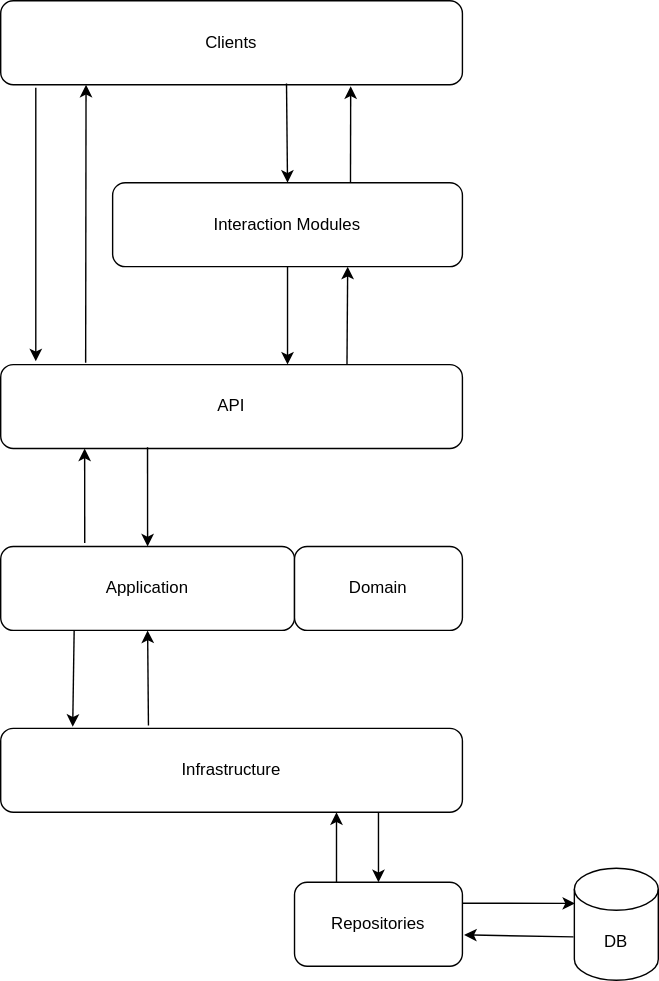
Above: doc/img/arch.drawio.svg in novg/ErpTemplate (draw.io), before the change. Source tidied: cells renumbered, new cells last; positions are measured from the earlier drawing's top-left corner, leaving out a move shared by most shapes. Its diagram source:
```xml
<mxGraphModel>
  <root>
    <mxCell id="0" />
    <mxCell id="1" parent="0" />
    <mxCell id="2" value="Application" style="rounded=1;whiteSpace=wrap;html=1;" parent="1" vertex="1">
      <mxGeometry y="390" width="210" height="60" as="geometry" />
    </mxCell>
    <mxCell id="3" value="Domain" style="rounded=1;whiteSpace=wrap;html=1;" parent="1" vertex="1">
      <mxGeometry x="210" y="390" width="120" height="60" as="geometry" />
    </mxCell>
    <mxCell id="4" value="Infrastructure" style="rounded=1;whiteSpace=wrap;html=1;" parent="1" vertex="1">
      <mxGeometry y="520" width="330" height="60" as="geometry" />
    </mxCell>
    <mxCell id="5" value="Repositories" style="rounded=1;whiteSpace=wrap;html=1;" parent="1" vertex="1">
      <mxGeometry x="210" y="630" width="120" height="60" as="geometry" />
    </mxCell>
    <mxCell id="6" value="DB" style="shape=cylinder3;whiteSpace=wrap;html=1;boundedLbl=1;backgroundOutline=1;size=15;" parent="1" vertex="1">
      <mxGeometry x="410" y="620" width="60" height="80" as="geometry" />
    </mxCell>
    <mxCell id="7" value="API" style="rounded=1;whiteSpace=wrap;html=1;" parent="1" vertex="1">
      <mxGeometry y="260" width="330" height="60" as="geometry" />
    </mxCell>
    <mxCell id="8" style="endArrow=classic;html=1;exitX=0.286;exitY=-0.04;exitDx=0;exitDy=0;exitPerimeter=0;" parent="1" edge="1" source="2">
      <mxGeometry relative="1" as="geometry">
        <mxPoint x="60" y="320" as="targetPoint" />
      </mxGeometry>
    </mxCell>
    <mxCell id="9" style="endArrow=classic;html=1;exitX=0.318;exitY=0.986;exitDx=0;exitDy=0;exitPerimeter=0;entryX=0.5;entryY=0;entryDx=0;entryDy=0;" parent="1" edge="1" source="7" target="2">
      <mxGeometry relative="1" as="geometry" />
    </mxCell>
    <mxCell id="10" style="endArrow=classic;html=1;entryX=0.156;entryY=-0.019;entryDx=0;entryDy=0;entryPerimeter=0;exitX=0.25;exitY=1;exitDx=0;exitDy=0;" parent="1" edge="1" source="2" target="4">
      <mxGeometry relative="1" as="geometry" />
    </mxCell>
    <mxCell id="11" style="endArrow=classic;html=1;entryX=0.5;entryY=1;entryDx=0;entryDy=0;exitX=0.32;exitY=-0.034;exitDx=0;exitDy=0;exitPerimeter=0;" parent="1" edge="1" source="4" target="2">
      <mxGeometry relative="1" as="geometry" />
    </mxCell>
    <mxCell id="12" style="endArrow=classic;html=1;exitX=0.25;exitY=0;exitDx=0;exitDy=0;" parent="1" edge="1" source="5">
      <mxGeometry relative="1" as="geometry">
        <mxPoint x="240" y="580" as="targetPoint" />
      </mxGeometry>
    </mxCell>
    <mxCell id="13" style="endArrow=classic;html=1;entryX=0.5;entryY=0;entryDx=0;entryDy=0;" parent="1" edge="1" target="5">
      <mxGeometry relative="1" as="geometry">
        <mxPoint x="270" y="580" as="sourcePoint" />
      </mxGeometry>
    </mxCell>
    <mxCell id="14" style="endArrow=classic;html=1;exitX=1;exitY=0.25;exitDx=0;exitDy=0;entryX=0.009;entryY=0.314;entryDx=0;entryDy=0;entryPerimeter=0;" parent="1" edge="1" source="5" target="6">
      <mxGeometry relative="1" as="geometry" />
    </mxCell>
    <mxCell id="15" style="endArrow=classic;html=1;entryX=1.01;entryY=0.627;entryDx=0;entryDy=0;entryPerimeter=0;exitX=-0.01;exitY=0.613;exitDx=0;exitDy=0;exitPerimeter=0;" parent="1" edge="1" source="6" target="5">
      <mxGeometry relative="1" as="geometry" />
    </mxCell>
    <mxCell id="16" value="Interaction Modules" style="rounded=1;whiteSpace=wrap;html=1;" parent="1" vertex="1">
      <mxGeometry x="80" y="130" width="250" height="60" as="geometry" />
    </mxCell>
    <mxCell id="17" style="endArrow=classic;html=1;exitX=0.5;exitY=1;exitDx=0;exitDy=0;" parent="1" edge="1" source="16">
      <mxGeometry relative="1" as="geometry">
        <mxPoint x="205" y="260" as="targetPoint" />
      </mxGeometry>
    </mxCell>
    <mxCell id="18" style="endArrow=classic;html=1;exitX=0.75;exitY=0;exitDx=0;exitDy=0;" parent="1" edge="1" source="7">
      <mxGeometry relative="1" as="geometry">
        <mxPoint x="248" y="190" as="targetPoint" />
      </mxGeometry>
    </mxCell>
    <mxCell id="19" value="Clients" style="rounded=1;whiteSpace=wrap;html=1;" parent="1" vertex="1">
      <mxGeometry width="330" height="60" as="geometry" />
    </mxCell>
    <mxCell id="20" style="endArrow=classic;html=1;entryX=0.5;entryY=0;entryDx=0;entryDy=0;exitX=0.619;exitY=0.985;exitDx=0;exitDy=0;exitPerimeter=0;" parent="1" edge="1" source="19" target="16">
      <mxGeometry relative="1" as="geometry" />
    </mxCell>
    <mxCell id="21" style="endArrow=classic;html=1;exitX=0.68;exitY=0;exitDx=0;exitDy=0;exitPerimeter=0;entryX=0.758;entryY=1.018;entryDx=0;entryDy=0;entryPerimeter=0;" parent="1" edge="1" source="16" target="19">
      <mxGeometry relative="1" as="geometry" />
    </mxCell>
    <mxCell id="22" style="endArrow=classic;html=1;exitX=0.076;exitY=1.036;exitDx=0;exitDy=0;exitPerimeter=0;entryX=0.076;entryY=-0.039;entryDx=0;entryDy=0;entryPerimeter=0;" parent="1" edge="1" source="19" target="7">
      <mxGeometry relative="1" as="geometry" />
    </mxCell>
    <mxCell id="23" style="endArrow=classic;html=1;exitX=0.184;exitY=-0.021;exitDx=0;exitDy=0;exitPerimeter=0;" parent="1" edge="1" source="7">
      <mxGeometry relative="1" as="geometry">
        <mxPoint x="61" y="60" as="targetPoint" />
      </mxGeometry>
    </mxCell>
  </root>
</mxGraphModel>
```
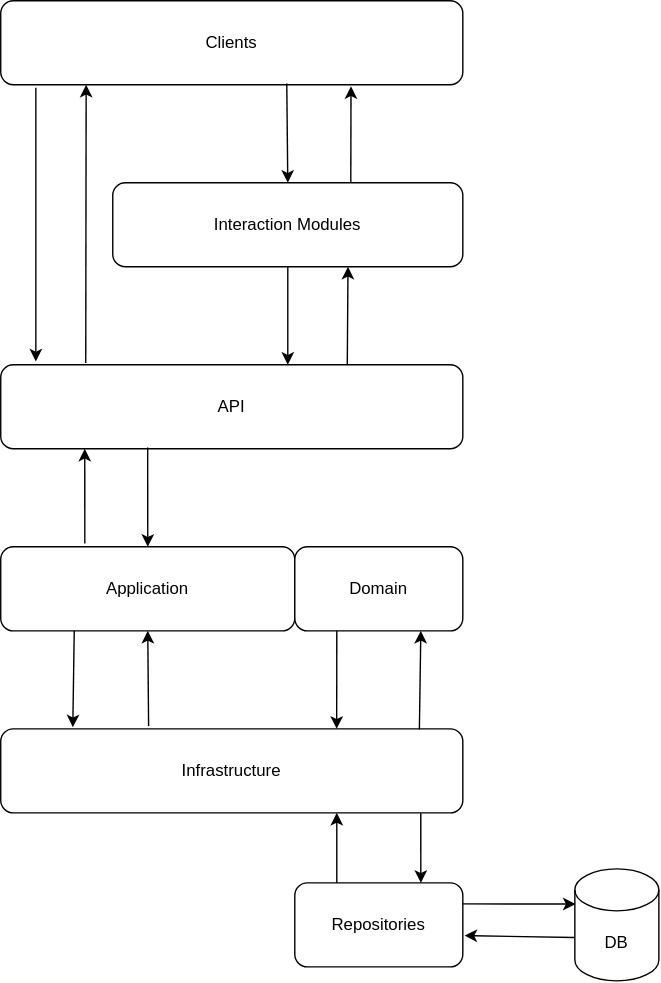
The same file after the commit.

Commit message:
Add descriptions to diagrams

Diff of the diagram source:
```diff
@@ -39,10 +39,8 @@
         <mxPoint x="240" y="580" as="targetPoint" />
       </mxGeometry>
     </mxCell>
-    <mxCell id="13" style="endArrow=classic;html=1;entryX=0.5;entryY=0;entryDx=0;entryDy=0;" parent="1" edge="1" target="5">
-      <mxGeometry relative="1" as="geometry">
-        <mxPoint x="270" y="580" as="sourcePoint" />
-      </mxGeometry>
+    <mxCell id="13" style="endArrow=classic;html=1;entryX=0.75;entryY=0;entryDx=0;entryDy=0;exitX=0.909;exitY=1.004;exitDx=0;exitDy=0;exitPerimeter=0;" parent="1" edge="1" source="4" target="5">
+      <mxGeometry relative="1" as="geometry" />
     </mxCell>
     <mxCell id="14" style="endArrow=classic;html=1;exitX=1;exitY=0.25;exitDx=0;exitDy=0;entryX=0.009;entryY=0.314;entryDx=0;entryDy=0;entryPerimeter=0;" parent="1" edge="1" source="5" target="6">
       <mxGeometry relative="1" as="geometry" />
@@ -80,5 +78,11 @@
         <mxPoint x="61" y="60" as="targetPoint" />
       </mxGeometry>
     </mxCell>
+    <mxCell id="24" style="endArrow=classic;html=1;exitX=0.25;exitY=1;exitDx=0;exitDy=0;entryX=0.727;entryY=0;entryDx=0;entryDy=0;entryPerimeter=0;" parent="1" edge="1" source="3" target="4">
+      <mxGeometry relative="1" as="geometry" />
+    </mxCell>
+    <mxCell id="25" style="endArrow=classic;html=1;entryX=0.75;entryY=1;entryDx=0;entryDy=0;exitX=0.906;exitY=0.008;exitDx=0;exitDy=0;exitPerimeter=0;" parent="1" edge="1" source="4" target="3">
+      <mxGeometry relative="1" as="geometry" />
+    </mxCell>
   </root>
 </mxGraphModel>
```
